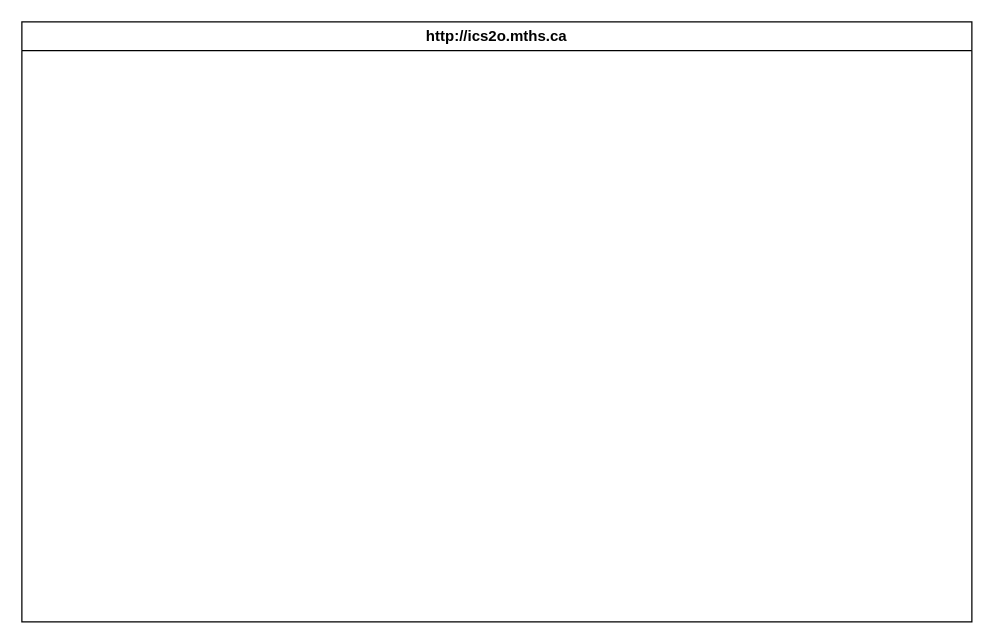
Earlier version of the draw.io diagram design/storyboard.drawio (MTHS-ICD2O-1-2024/ICD2O-Final-Project-shanea.jaromay). Source tidied: cells renumbered, new cells numbered last; positions are measured from the earlier drawing's top-left corner, leaving out a move shared by most shapes. Both pictures are drawn from the tidied source at 125%, with x=0, y=0 at pixel (21, 21). Pictures stored in the file or linked from it are replaced by grey dashed boxes.
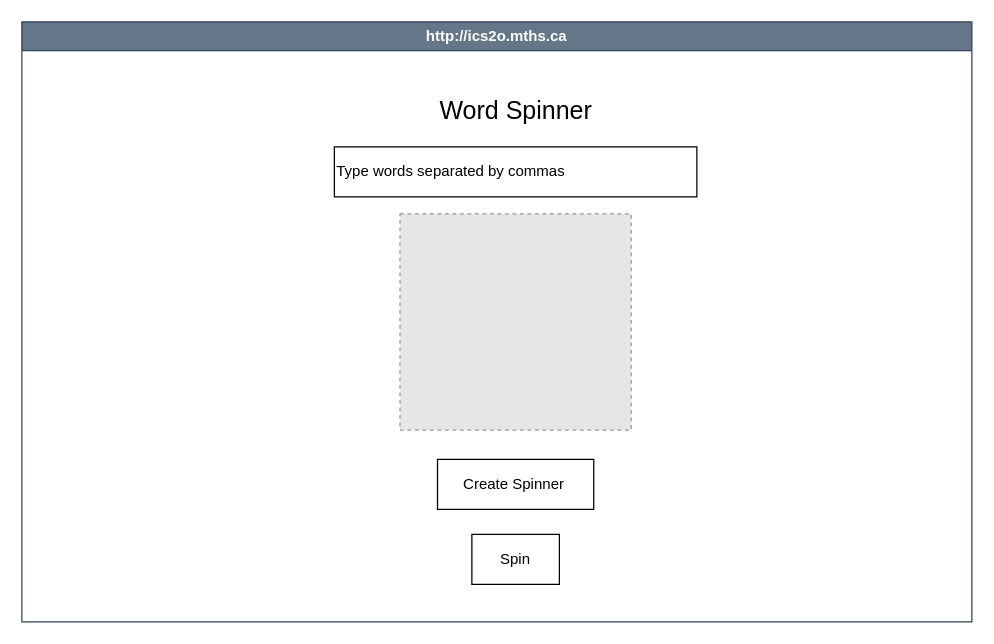
The same diagram, later.

What changed in the source:
```diff
@@
 <mxGraphModel>
   <root>
     <mxCell id="0" />
     <mxCell id="1" parent="0" />
-    <mxCell id="2" value="http://ics2o.mths.ca" style="swimlane;whiteSpace=wrap;html=1;" parent="1" vertex="1">
+    <mxCell id="2" value="http://ics2o.mths.ca" style="swimlane;whiteSpace=wrap;html=1;fillColor=#647687;strokeColor=#314354;fontColor=#ffffff;" parent="1" vertex="1">
       <mxGeometry width="760" height="480" as="geometry" />
     </mxCell>
+    <mxCell id="3" value="&lt;font style=&quot;font-size: 20px;&quot;&gt;Word Spinner&lt;/font&gt;" style="text;html=1;align=center;verticalAlign=middle;strokeColor=none;fillColor=none;" parent="2" vertex="1">
+      <mxGeometry x="320" y="50" width="150" height="40" as="geometry" />
+    </mxCell>
+    <mxCell id="4" value="Type words separated by commas" style="whiteSpace=wrap;html=1;align=left;" parent="2" vertex="1">
+      <mxGeometry x="250" y="100" width="290" height="40" as="geometry" />
+    </mxCell>
+    <mxCell id="5" style="fillColor=#E6E6E6;strokeColor=#999999;dashed=1;verticalLabelPosition=bottom;labelBackgroundColor=default;verticalAlign=top;" parent="2" vertex="1">
+      <mxGeometry x="302.5" y="153.5" width="185" height="173" as="geometry" />
+    </mxCell>
+    <mxCell id="6" value="Create Spinner&amp;nbsp;" style="whiteSpace=wrap;html=1;" parent="2" vertex="1">
+      <mxGeometry x="332.5" y="350" width="125" height="40" as="geometry" />
+    </mxCell>
+    <mxCell id="7" value="Spin" style="whiteSpace=wrap;html=1;" parent="2" vertex="1">
+      <mxGeometry x="360" y="410" width="70" height="40" as="geometry" />
+    </mxCell>
   </root>
 </mxGraphModel>
```
